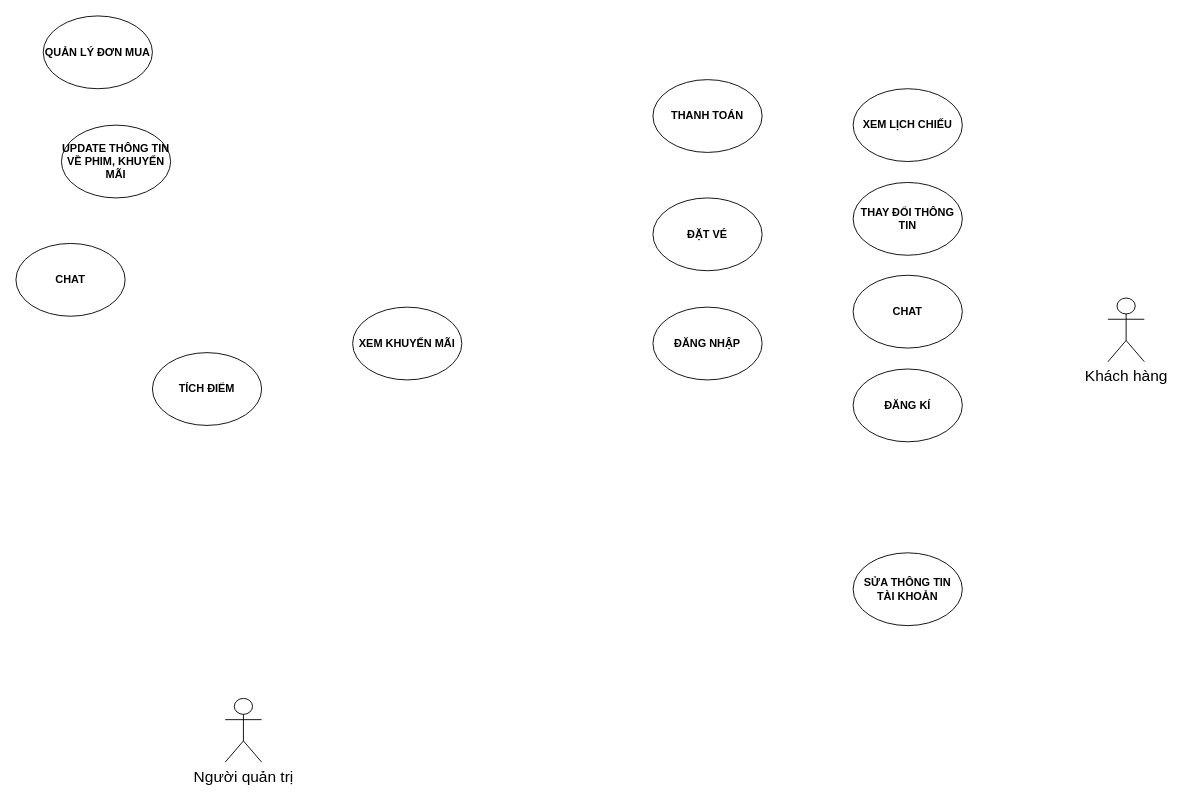
Before: Biểu đồ không có tiêu đề.drawio in tuanthanhhh/tuanthanhhh, a draw.io diagram. Source tidied: cells renumbered, new cells numbered last; positions are measured from the earlier drawing's top-left corner, leaving out a move shared by most shapes. Both pictures are drawn from the tidied source at 91%, with x=0, y=0 at pixel (15, 15).
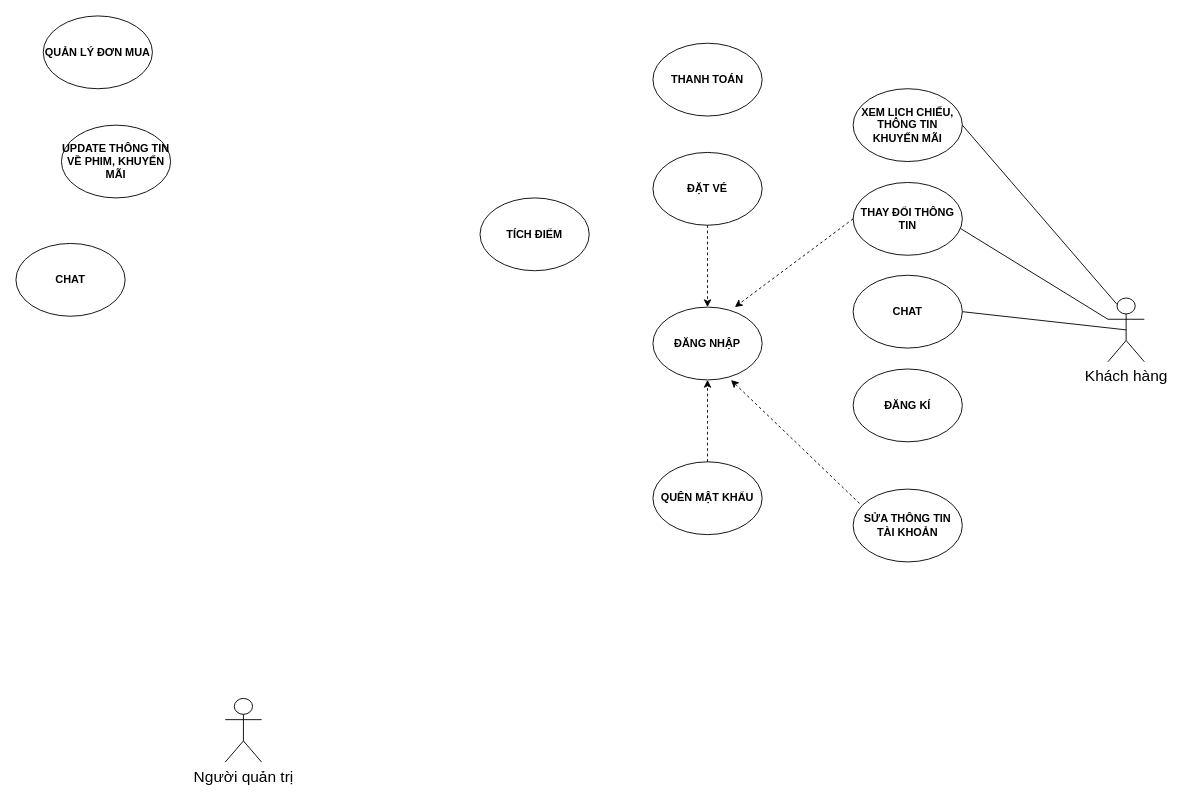
Above is the later version.

Commit message:
Cập nhật Biểu đồ không có tiêu đề.drawio

The change refers to these unchanged cells:
```xml
<mxCell id="3" value="&lt;b&gt;ĐĂNG NHẬP&lt;/b&gt;" style="ellipse;whiteSpace=wrap;html=1;" parent="1" vertex="1">
  <mxGeometry x="700" y="320" width="120" height="80" as="geometry" />
</mxCell>
<mxCell id="7" value="&lt;b&gt;THAY ĐỔI THÔNG TIN&lt;/b&gt;" style="ellipse;whiteSpace=wrap;html=1;" parent="1" vertex="1">
  <mxGeometry x="920" y="183" width="120" height="80" as="geometry" />
</mxCell>
<mxCell id="9" value="&lt;b&gt;CHAT&lt;/b&gt;" style="ellipse;whiteSpace=wrap;html=1;" parent="1" vertex="1">
  <mxGeometry x="920" y="285" width="120" height="80" as="geometry" />
</mxCell>
<mxCell id="14" value="&lt;font style=&quot;font-size: 17px;&quot;&gt;Khách hàng&lt;/font&gt;" style="shape=umlActor;verticalLabelPosition=bottom;verticalAlign=top;html=1;outlineConnect=0;" parent="1" vertex="1">
  <mxGeometry x="1200" y="310" width="40" height="70" as="geometry" />
</mxCell>
```

Change to the diagram source:
```diff
@@
     <mxCell id="2" value="&lt;b&gt;ĐẶT VÉ&lt;/b&gt;" style="ellipse;whiteSpace=wrap;html=1;" parent="1" vertex="1">
-      <mxGeometry x="700" y="200" width="120" height="80" as="geometry" />
+      <mxGeometry x="700" y="150" width="120" height="80" as="geometry" />
     </mxCell>
@@
     <mxCell id="5" value="&lt;b&gt;THANH TOÁN&lt;/b&gt;" style="ellipse;whiteSpace=wrap;html=1;" parent="1" vertex="1">
-      <mxGeometry x="700" y="70" width="120" height="80" as="geometry" />
+      <mxGeometry x="700" y="30" width="120" height="80" as="geometry" />
     </mxCell>
-    <mxCell id="6" value="&lt;b&gt;XEM KHUYẾN MÃI&lt;/b&gt;" style="ellipse;whiteSpace=wrap;html=1;" parent="1" vertex="1">
-      <mxGeometry x="370" y="320" width="120" height="80" as="geometry" />
-    </mxCell>
@@
-    <mxCell id="8" value="&lt;b&gt;XEM LỊCH CHIẾU&lt;/b&gt;" style="ellipse;whiteSpace=wrap;html=1;" parent="1" vertex="1">
+    <mxCell id="8" value="&lt;b&gt;XEM LỊCH CHIẾU, THÔNG TIN KHUYẾN MÃI&lt;/b&gt;" style="ellipse;whiteSpace=wrap;html=1;" parent="1" vertex="1">
       <mxGeometry x="920" y="80" width="120" height="80" as="geometry" />
     </mxCell>
@@
     <mxCell id="10" value="&lt;b&gt;TÍCH ĐIỂM&lt;/b&gt;" style="ellipse;whiteSpace=wrap;html=1;" parent="1" vertex="1">
-      <mxGeometry x="150" y="370" width="120" height="80" as="geometry" />
+      <mxGeometry x="510" y="200" width="120" height="80" as="geometry" />
     </mxCell>
@@
     <mxCell id="16" value="&lt;b&gt;SỬA THÔNG TIN TÀI KHOẢN&lt;/b&gt;" style="ellipse;whiteSpace=wrap;html=1;" parent="1" vertex="1">
-      <mxGeometry x="920" y="590" width="120" height="80" as="geometry" />
+      <mxGeometry x="920" y="520" width="120" height="80" as="geometry" />
     </mxCell>
+    <mxCell id="17" value="&lt;b&gt;QUÊN MẬT KHẨU&lt;/b&gt;" style="ellipse;whiteSpace=wrap;html=1;" parent="1" vertex="1">
+      <mxGeometry x="700" y="490" width="120" height="80" as="geometry" />
+    </mxCell>
+    <mxCell id="18" style="endArrow=none;html=1;rounded=0;exitX=1;exitY=0.5;exitDx=0;exitDy=0;entryX=0.25;entryY=0.1;entryDx=0;entryDy=0;entryPerimeter=0;" parent="1" edge="1" source="8" target="14">
+      <mxGeometry relative="1" as="geometry" />
+    </mxCell>
+    <mxCell id="19" style="endArrow=classic;html=1;rounded=0;dashed=1;entryX=0.75;entryY=0;entryDx=0;entryDy=0;entryPerimeter=0;exitX=0;exitY=0.5;exitDx=0;exitDy=0;" parent="1" edge="1" source="7" target="3">
+      <mxGeometry relative="1" as="geometry" />
+    </mxCell>
+    <mxCell id="20" style="endArrow=classic;html=1;rounded=0;dashed=1;entryX=0.5;entryY=0;entryDx=0;entryDy=0;exitX=0.5;exitY=1;exitDx=0;exitDy=0;" parent="1" edge="1" source="2" target="3">
+      <mxGeometry relative="1" as="geometry" />
+    </mxCell>
+    <mxCell id="21" style="endArrow=classic;html=1;rounded=0;dashed=1;entryX=0.5;entryY=1;entryDx=0;entryDy=0;exitX=0.5;exitY=0;exitDx=0;exitDy=0;" parent="1" edge="1" source="17" target="3">
+      <mxGeometry relative="1" as="geometry" />
+    </mxCell>
+    <mxCell id="22" style="endArrow=classic;html=1;rounded=0;dashed=1;entryX=0.715;entryY=1.001;entryDx=0;entryDy=0;entryPerimeter=0;exitX=0.058;exitY=0.196;exitDx=0;exitDy=0;exitPerimeter=0;" parent="1" edge="1" source="16" target="3">
+      <mxGeometry relative="1" as="geometry" />
+    </mxCell>
+    <mxCell id="23" style="endArrow=none;html=1;rounded=0;exitX=0.983;exitY=0.632;exitDx=0;exitDy=0;entryX=0;entryY=0.3333333333333333;entryDx=0;entryDy=0;entryPerimeter=0;exitPerimeter=0;" parent="1" edge="1" source="7" target="14">
+      <mxGeometry relative="1" as="geometry" />
+    </mxCell>
+    <mxCell id="24" style="endArrow=none;html=1;rounded=0;exitX=1;exitY=0.5;exitDx=0;exitDy=0;entryX=0.5;entryY=0.5;entryDx=0;entryDy=0;entryPerimeter=0;" parent="1" edge="1" source="9" target="14">
+      <mxGeometry relative="1" as="geometry" />
+    </mxCell>
```
